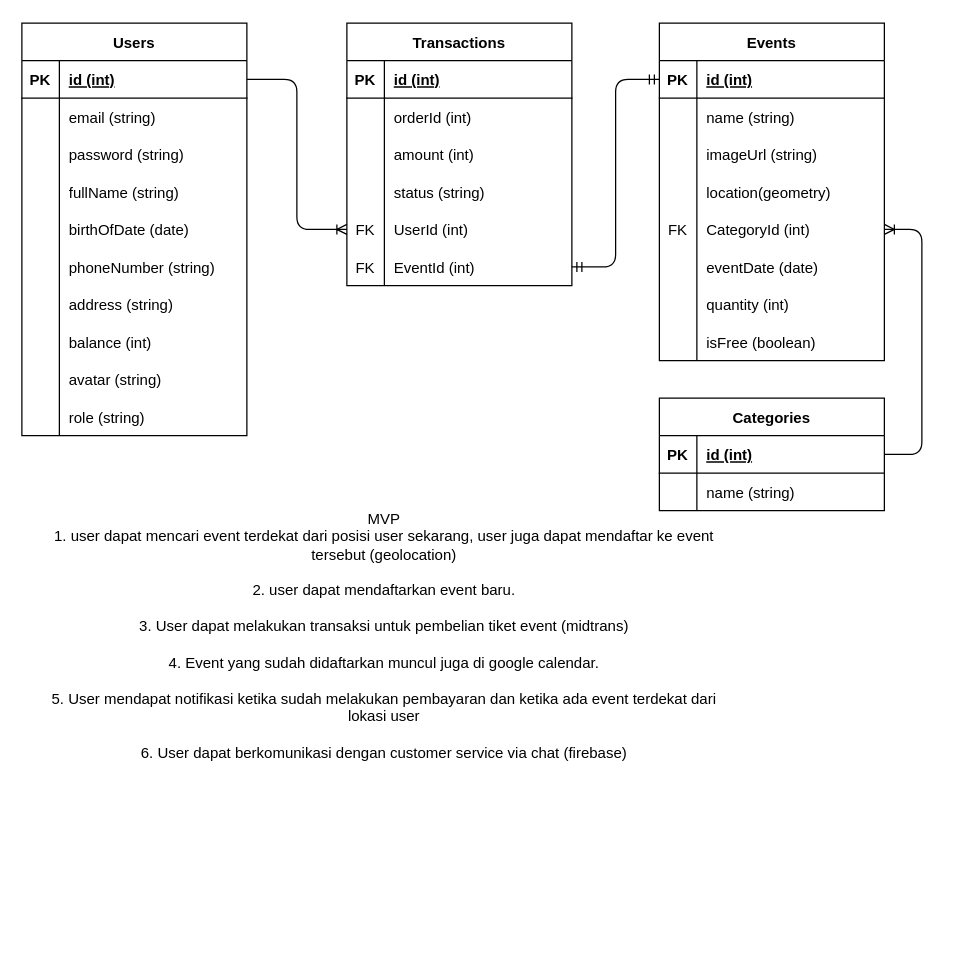
Earlier version of the draw.io diagram Server/db-schema.drawio (HCK71-FP-Event/server). Source tidied: cells renumbered, new cells numbered last; positions are measured from the earlier drawing's top-left corner, leaving out a move shared by most shapes. Both pictures are drawn from the tidied source at 125%, with x=0, y=0 at pixel (21, 22).
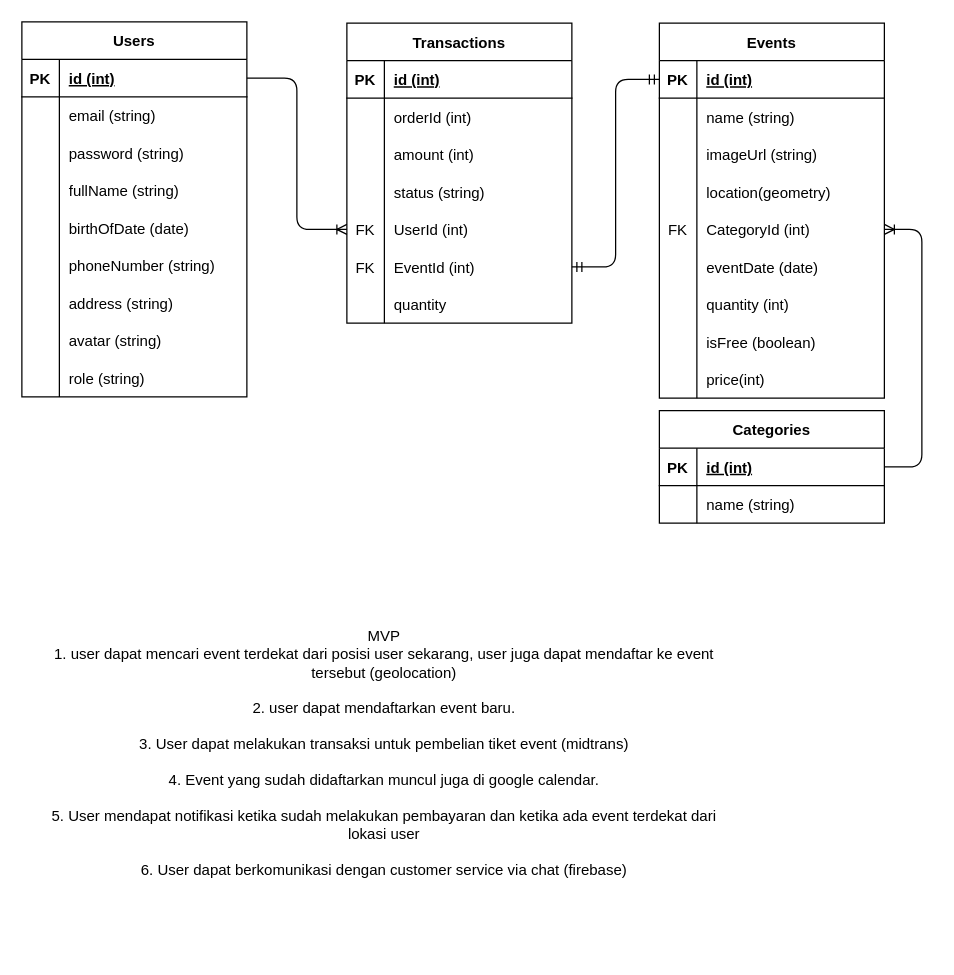
The same page after the edit.

What changed in the source:
```diff
@@
     <mxCell id="2" value="Users" style="shape=table;startSize=30;childLayout=tableLayout;rowLines=0;fontStyle=1;align=center;" parent="1" vertex="1">
-      <mxGeometry width="180" height="330" as="geometry" />
+      <mxGeometry y="-1" width="180" height="300" as="geometry" />
     </mxCell>
@@
-    <mxCell id="24" style="shape=tableRow;horizontal=0;startSize=0;swimlaneHead=0;swimlaneBody=0;fillColor=none;top=0;left=0;right=0;bottom=0;" parent="2" vertex="1">
-      <mxGeometry y="240" width="180" height="30" as="geometry" />
-    </mxCell>
-    <mxCell id="25" style="shape=partialRectangle;fillColor=none;top=0;left=0;bottom=0;right=0;overflow=hidden;" parent="24" vertex="1">
-      <mxGeometry width="30" height="30" as="geometry" />
-    </mxCell>
-    <mxCell id="26" value="balance (int)" style="shape=partialRectangle;fillColor=none;top=0;left=0;bottom=0;right=0;align=left;spacingLeft=6;overflow=hidden;" parent="24" vertex="1">
-      <mxGeometry x="30" width="150" height="30" as="geometry" />
-    </mxCell>
     <mxCell id="27" style="shape=tableRow;horizontal=0;startSize=0;swimlaneHead=0;swimlaneBody=0;fillColor=none;top=0;left=0;right=0;bottom=0;" parent="2" vertex="1">
-      <mxGeometry y="270" width="180" height="30" as="geometry" />
+      <mxGeometry y="240" width="180" height="30" as="geometry" />
     </mxCell>
@@
     <mxCell id="30" style="shape=tableRow;horizontal=0;startSize=0;swimlaneHead=0;swimlaneBody=0;fillColor=none;top=0;left=0;right=0;bottom=0;" parent="2" vertex="1">
-      <mxGeometry y="300" width="180" height="30" as="geometry" />
+      <mxGeometry y="270" width="180" height="30" as="geometry" />
     </mxCell>
@@
     <mxCell id="33" value="Events" style="shape=table;startSize=30;childLayout=tableLayout;rowLines=0;fontStyle=1;align=center;" parent="1" vertex="1">
-      <mxGeometry x="510" width="180" height="270" as="geometry" />
+      <mxGeometry x="510" width="180" height="300" as="geometry" />
     </mxCell>
@@
+    <mxCell id="88" style="shape=tableRow;horizontal=0;startSize=0;swimlaneHead=0;swimlaneBody=0;fillColor=none;top=0;left=0;right=0;bottom=0;" parent="33" vertex="1">
+      <mxGeometry y="270" width="180" height="30" as="geometry" />
+    </mxCell>
+    <mxCell id="89" style="shape=partialRectangle;fillColor=none;top=0;left=0;bottom=0;right=0;overflow=hidden;" parent="88" vertex="1">
+      <mxGeometry width="30" height="30" as="geometry" />
+    </mxCell>
+    <mxCell id="90" value="price(int)" style="shape=partialRectangle;fillColor=none;top=0;left=0;bottom=0;right=0;align=left;spacingLeft=6;overflow=hidden;" parent="88" vertex="1">
+      <mxGeometry x="30" width="150" height="30" as="geometry" />
+    </mxCell>
     <mxCell id="58" value="Categories" style="shape=table;startSize=30;childLayout=tableLayout;rowLines=0;fontStyle=1;align=center;" parent="1" vertex="1">
-      <mxGeometry x="510" y="300" width="180" height="90" as="geometry" />
+      <mxGeometry x="510" y="310" width="180" height="90" as="geometry" />
     </mxCell>
@@
     <mxCell id="65" value="Transactions" style="shape=table;startSize=30;childLayout=tableLayout;rowLines=0;fontStyle=1;align=center;" parent="1" vertex="1">
-      <mxGeometry x="260" width="180" height="210" as="geometry" />
+      <mxGeometry x="260" width="180" height="240" as="geometry" />
     </mxCell>
@@
+    <mxCell id="91" style="shape=tableRow;horizontal=0;startSize=0;swimlaneHead=0;swimlaneBody=0;fillColor=none;top=0;left=0;right=0;bottom=0;" parent="65" vertex="1">
+      <mxGeometry y="210" width="180" height="30" as="geometry" />
+    </mxCell>
+    <mxCell id="92" style="shape=partialRectangle;fillColor=none;top=0;left=0;bottom=0;right=0;overflow=hidden;" parent="91" vertex="1">
+      <mxGeometry width="30" height="30" as="geometry" />
+    </mxCell>
+    <mxCell id="93" value="quantity" style="shape=partialRectangle;fillColor=none;top=0;left=0;bottom=0;right=0;align=left;spacingLeft=6;overflow=hidden;" parent="91" vertex="1">
+      <mxGeometry x="30" width="150" height="30" as="geometry" />
+    </mxCell>
@@
     <mxCell id="87" value="MVP&lt;br&gt;1.&amp;nbsp;&lt;span style=&quot;text-align: left; background-color: initial;&quot;&gt;user dapat mencari event terdekat dari posisi user sekarang, user juga dapat mendaftar ke event tersebut (geolocation)&lt;br&gt;&lt;br&gt;2.&amp;nbsp;&lt;/span&gt;&lt;span style=&quot;text-align: left; background-color: initial;&quot;&gt;user dapat mendaftarkan event baru.&lt;br&gt;&lt;br&gt;3. User dapat melakukan transaksi untuk pembelian tiket event (midtrans)&lt;br&gt;&lt;br&gt;4. Event yang sudah didaftarkan muncul juga di google calendar.&lt;br&gt;&lt;br&gt;5. User mendapat notifikasi ketika sudah melakukan pembayaran dan ketika ada event terdekat dari lokasi user&lt;br&gt;&lt;br&gt;6. User dapat berkomunikasi dengan customer service via chat (firebase)&lt;br&gt;&lt;/span&gt;" style="text;strokeColor=none;align=center;fillColor=none;html=1;verticalAlign=middle;whiteSpace=wrap;rounded=0;" parent="1" vertex="1">
-      <mxGeometry x="20" y="330" width="540" height="320" as="geometry" />
+      <mxGeometry x="20" y="424" width="540" height="320" as="geometry" />
     </mxCell>
```
